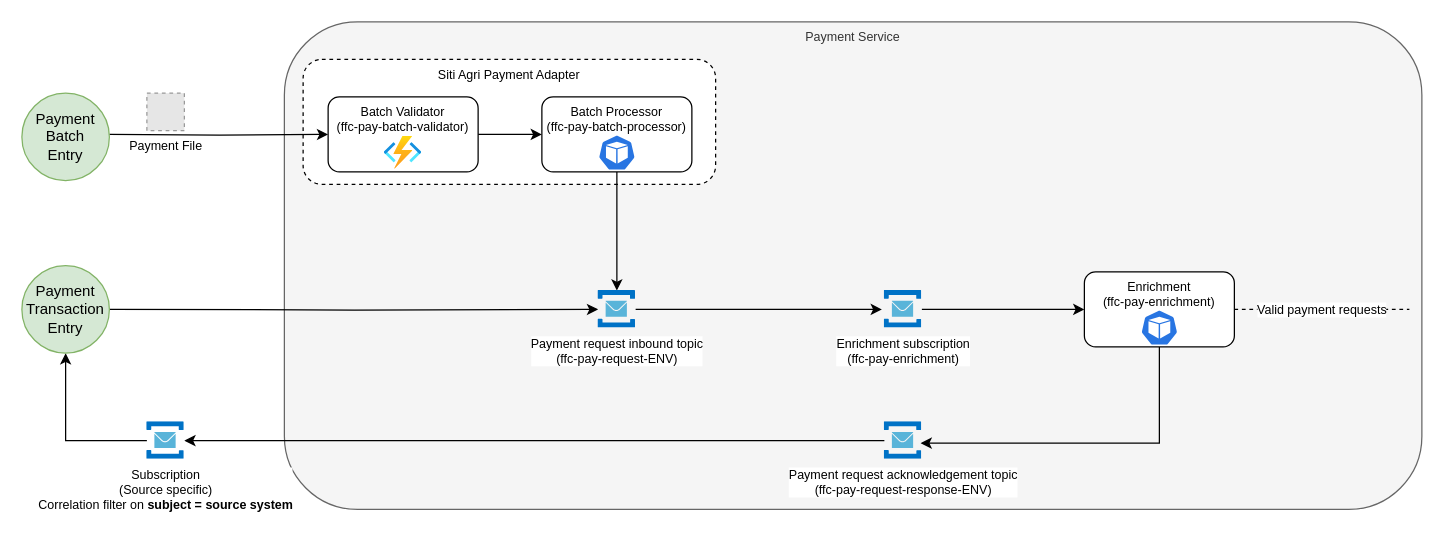
Earlier version of the draw.io diagram Payments/_integrations/inbound.drawio (DEFRA/ffc-diagrams). Source tidied: cells renumbered, new cells numbered last; positions are measured from the earlier drawing's top-left corner, leaving out a move shared by most shapes. Both pictures are drawn from the tidied source at 125%, with x=0, y=0 at pixel (21, 21). Pictures stored in the file or linked from it are replaced by grey dashed boxes.
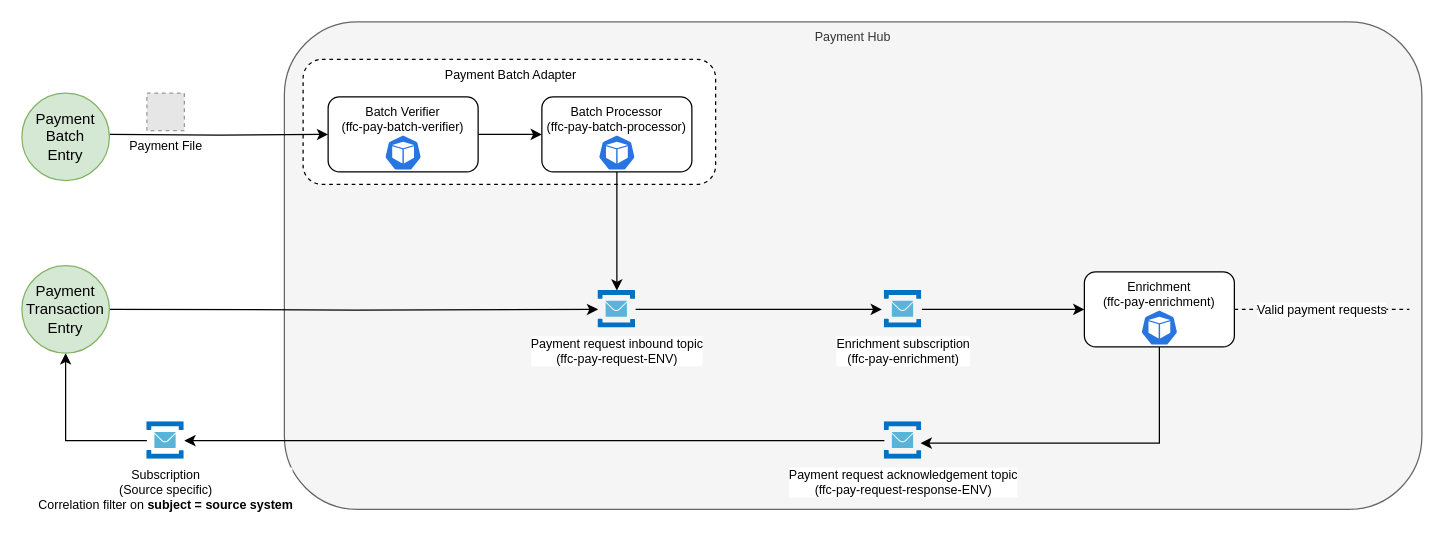
The same page after the edit.

What changed in the source:
```diff
@@
-    <mxCell id="2" value="Payment Service" style="rounded=1;whiteSpace=wrap;html=1;fontSize=10;verticalAlign=top;fillColor=#f5f5f5;fontColor=#333333;strokeColor=#666666;" parent="1" vertex="1">
+    <mxCell id="2" value="Payment Hub" style="rounded=1;whiteSpace=wrap;html=1;fontSize=10;verticalAlign=top;fillColor=#f5f5f5;fontColor=#333333;strokeColor=#666666;" parent="1" vertex="1">
       <mxGeometry x="210" width="910" height="390" as="geometry" />
     </mxCell>
-    <mxCell id="3" value="Siti Agri Payment Adapter" style="rounded=1;whiteSpace=wrap;html=1;fontSize=10;dashed=1;verticalAlign=top;" parent="1" vertex="1">
+    <mxCell id="3" value="&amp;nbsp;Payment Batch Adapter" style="rounded=1;whiteSpace=wrap;html=1;fontSize=10;dashed=1;verticalAlign=top;" parent="1" vertex="1">
       <mxGeometry x="225" y="30" width="330" height="100" as="geometry" />
     </mxCell>
@@
-    <mxCell id="14" value="Batch Validator&lt;br style=&quot;font-size: 10px;&quot;&gt;(ffc-pay-batch-validator)" style="rounded=1;whiteSpace=wrap;html=1;verticalAlign=top;fontSize=10;" parent="1" vertex="1">
+    <mxCell id="14" value="Batch Verifier&lt;br style=&quot;font-size: 10px;&quot;&gt;(ffc-pay-batch-verifier)" style="rounded=1;whiteSpace=wrap;html=1;verticalAlign=top;fontSize=10;" parent="1" vertex="1">
       <mxGeometry x="245" y="60" width="120" height="60" as="geometry" />
     </mxCell>
-    <mxCell id="15" style="html=1;align=center;image;fontSize=12;image=img/lib/azure2/compute/Function_Apps.svg;" parent="1" vertex="1">
-      <mxGeometry x="290" y="91.5" width="30" height="26.5" as="geometry" />
-    </mxCell>
@@
+    <mxCell id="27" style="sketch=0;html=1;dashed=0;whitespace=wrap;fillColor=#2875E2;strokeColor=#ffffff;shape=mxgraph.kubernetes.icon;prIcon=pod;fontSize=10;" parent="1" vertex="1">
+      <mxGeometry x="290" y="90.2" width="30" height="28.8" as="geometry" />
+    </mxCell>
```
